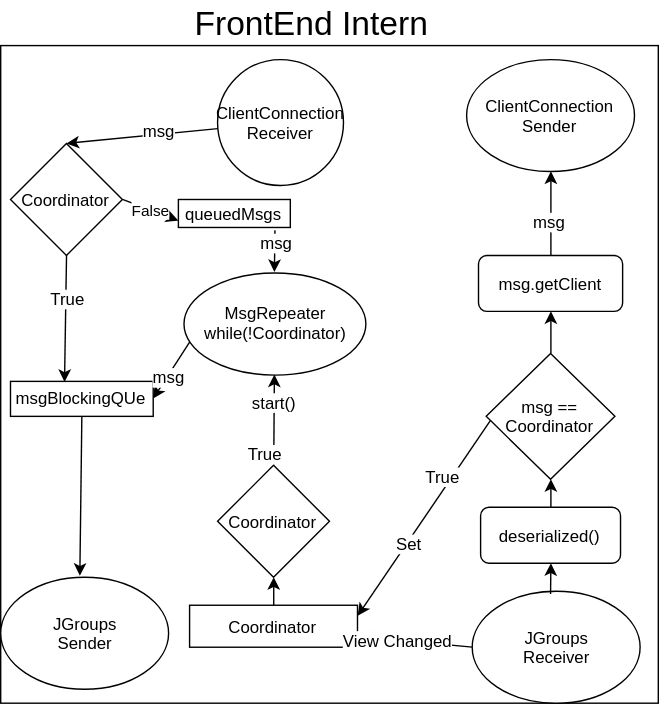
Before: Client-FrontEnd-ReplicaManager.svg, a diagram exported from draw.io (JohanHaggmark/DistributedMessaging). Source tidied: cells renumbered, new cells last; positions are measured from the earlier drawing's top-left corner, leaving out a move shared by most shapes.
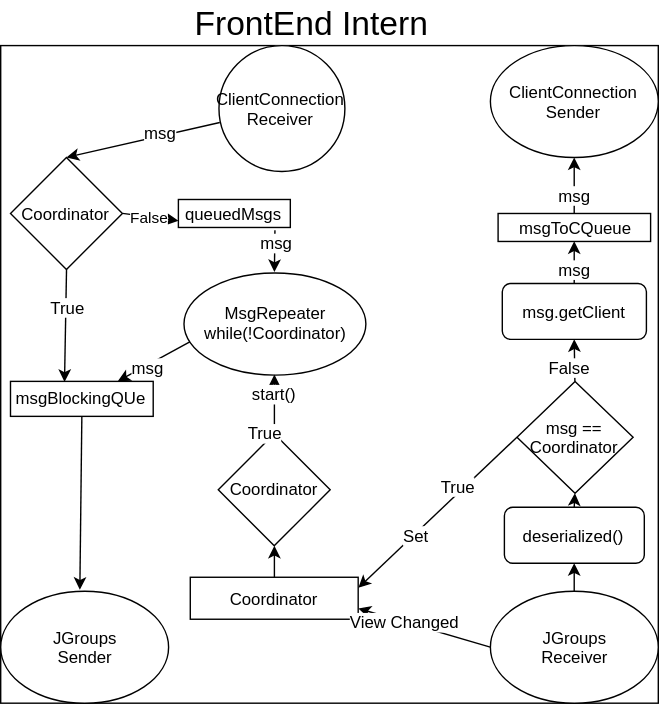
The same file after the commit.

What changed in the source:
```diff
@@ -6,13 +6,13 @@
       <mxGeometry y="32" width="470" height="470" as="geometry" />
     </mxCell>
     <mxCell id="3" value="ClientConnection&lt;br&gt;Receiver&lt;br&gt;" style="ellipse;whiteSpace=wrap;html=1;" parent="1" vertex="1">
-      <mxGeometry x="155" y="42" width="90" height="90" as="geometry" />
+      <mxGeometry x="155.5" y="32" width="90" height="90" as="geometry" />
     </mxCell>
     <mxCell id="4" value="JGroups&lt;br&gt;Sender&lt;br&gt;" style="ellipse;whiteSpace=wrap;html=1;" parent="1" vertex="1">
-      <mxGeometry y="412" width="120" height="80" as="geometry" />
+      <mxGeometry y="422" width="120" height="80" as="geometry" />
     </mxCell>
     <mxCell id="5" value="Coordinator" style="rhombus;whiteSpace=wrap;html=1;" parent="1" vertex="1">
-      <mxGeometry x="7" y="102" width="80" height="80" as="geometry" />
+      <mxGeometry x="7" y="112" width="80" height="80" as="geometry" />
     </mxCell>
     <mxCell id="6" style="endArrow=classic;html=1;entryX=0.5;entryY=0;entryDx=0;entryDy=0;" parent="1" edge="1" source="3" target="5">
       <mxGeometry relative="1" as="geometry" />
@@ -38,10 +38,10 @@
       </mxGeometry>
     </mxCell>
     <mxCell id="13" value="JGroups&lt;br&gt;Receiver&lt;br&gt;" style="ellipse;whiteSpace=wrap;html=1;" parent="1" vertex="1">
-      <mxGeometry x="337" y="422" width="120" height="80" as="geometry" />
+      <mxGeometry x="350" y="422" width="120" height="80" as="geometry" />
     </mxCell>
     <mxCell id="14" value="Coordinator&lt;br&gt;" style="rounded=0;whiteSpace=wrap;html=1;" parent="1" vertex="1">
-      <mxGeometry x="135" y="432" width="120" height="30" as="geometry" />
+      <mxGeometry x="135.5" y="412" width="120" height="30" as="geometry" />
     </mxCell>
     <mxCell id="15" style="endArrow=classic;html=1;entryX=1;entryY=0.75;entryDx=0;entryDy=0;exitX=0;exitY=0.5;exitDx=0;exitDy=0;" parent="1" edge="1" source="13" target="14">
       <mxGeometry relative="1" as="geometry" />
@@ -49,7 +49,7 @@
     <mxCell id="16" value="View Changed&lt;br&gt;" style="text;html=1;align=center;verticalAlign=middle;labelBackgroundColor=#ffffff;" parent="15" vertex="1">
       <mxGeometry x="0.3" relative="1" as="geometry" />
     </mxCell>
-    <mxCell id="17" style="endArrow=classic;html=1;entryX=1;entryY=0.25;entryDx=0;entryDy=0;exitX=0.076;exitY=0.467;exitDx=0;exitDy=0;exitPerimeter=0;" parent="1" edge="1" source="25" target="14">
+    <mxCell id="17" style="endArrow=classic;html=1;entryX=1;entryY=0.25;entryDx=0;entryDy=0;exitX=0;exitY=0.5;exitDx=0;exitDy=0;" parent="1" edge="1" source="25" target="14">
       <mxGeometry relative="1" as="geometry" />
     </mxCell>
     <mxCell id="18" value="True" style="text;html=1;align=center;verticalAlign=middle;labelBackgroundColor=#ffffff;" parent="17" vertex="1">
@@ -61,7 +61,7 @@
       <mxGeometry x="0.28" y="1" relative="1" as="geometry" />
     </mxCell>
     <mxCell id="20" value="ClientConnection Sender" style="ellipse;whiteSpace=wrap;html=1;" parent="1" vertex="1">
-      <mxGeometry x="333" y="42" width="120" height="80" as="geometry" />
+      <mxGeometry x="350" y="32" width="120" height="80" as="geometry" />
     </mxCell>
     <mxCell id="21" style="endArrow=classic;html=1;exitX=0.5;exitY=1;exitDx=0;exitDy=0;entryX=0.47;entryY=-0.011;entryDx=0;entryDy=0;entryPerimeter=0;" parent="1" edge="1" source="8" target="4">
       <mxGeometry relative="1" as="geometry" />
@@ -78,42 +78,39 @@
       <mxGeometry x="-0.4" y="1" relative="1" as="geometry" />
     </mxCell>
     <mxCell id="25" value="msg == Coordinator" style="rhombus;whiteSpace=wrap;html=1;" parent="1" vertex="1">
-      <mxGeometry x="347" y="252" width="92" height="90" as="geometry" />
+      <mxGeometry x="369" y="272" width="83" height="80" as="geometry" />
     </mxCell>
-    <mxCell id="26" style="endArrow=classic;html=1;exitX=0.035;exitY=0.684;exitDx=0;exitDy=0;exitPerimeter=0;entryX=1;entryY=0.5;entryDx=0;entryDy=0;" parent="1" edge="1" source="22" target="8">
+    <mxCell id="26" style="endArrow=classic;html=1;exitX=0.035;exitY=0.684;exitDx=0;exitDy=0;exitPerimeter=0;entryX=0.75;entryY=0;entryDx=0;entryDy=0;" parent="1" edge="1" source="22" target="8">
       <mxGeometry relative="1" as="geometry" />
     </mxCell>
     <mxCell id="27" value="msg" style="text;html=1;align=center;verticalAlign=middle;labelBackgroundColor=#ffffff;" parent="26" vertex="1">
       <mxGeometry x="0.18" y="1" relative="1" as="geometry" />
     </mxCell>
     <mxCell id="28" value="deserialized()" style="rounded=1;whiteSpace=wrap;html=1;" parent="1" vertex="1">
-      <mxGeometry x="343" y="362" width="100" height="40" as="geometry" />
+      <mxGeometry x="360" y="362" width="100" height="40" as="geometry" />
     </mxCell>
-    <mxCell id="29" style="endArrow=classic;html=1;entryX=0.5;entryY=1;entryDx=0;entryDy=0;" parent="1" edge="1" target="28">
-      <mxGeometry relative="1" as="geometry">
-        <mxPoint x="393" y="424" as="sourcePoint" />
-      </mxGeometry>
+    <mxCell id="29" style="endArrow=classic;html=1;entryX=0.5;entryY=1;entryDx=0;entryDy=0;exitX=0.5;exitY=0;exitDx=0;exitDy=0;" parent="1" edge="1" source="13" target="28">
+      <mxGeometry relative="1" as="geometry" />
     </mxCell>
     <mxCell id="30" style="endArrow=classic;html=1;entryX=0.5;entryY=1;entryDx=0;entryDy=0;exitX=0.5;exitY=0;exitDx=0;exitDy=0;" parent="1" edge="1" source="28" target="25">
       <mxGeometry relative="1" as="geometry" />
     </mxCell>
     <mxCell id="31" value="msg.getClient" style="rounded=1;whiteSpace=wrap;html=1;" parent="1" vertex="1">
-      <mxGeometry x="341.5" y="182" width="103" height="40" as="geometry" />
+      <mxGeometry x="358.5" y="202" width="103" height="40" as="geometry" />
     </mxCell>
     <mxCell id="32" style="endArrow=classic;html=1;entryX=0.5;entryY=1;entryDx=0;entryDy=0;exitX=0.5;exitY=0;exitDx=0;exitDy=0;" parent="1" edge="1" source="25" target="31">
       <mxGeometry relative="1" as="geometry" />
     </mxCell>
-    <mxCell id="33" style="endArrow=classic;html=1;entryX=0.5;entryY=1;entryDx=0;entryDy=0;exitX=0.5;exitY=0;exitDx=0;exitDy=0;" parent="1" edge="1" source="31" target="20">
-      <mxGeometry relative="1" as="geometry" />
-    </mxCell>
-    <mxCell id="34" value="msg" style="text;html=1;align=center;verticalAlign=middle;labelBackgroundColor=#ffffff;" parent="33" vertex="1">
-      <mxGeometry x="-0.2" y="1" relative="1" as="geometry" />
-    </mxCell>
+    <mxCell id="41" value="False" style="text;html=1;align=center;verticalAlign=middle;labelBackgroundColor=#ffffff;" parent="32" vertex="1">
+      <mxGeometry x="-0.45" y="2" relative="1" as="geometry">
+        <mxPoint x="-1.5" y="-2" as="offset" />
+      </mxGeometry>
+    </mxCell>
     <mxCell id="35" value="&lt;font style=&quot;font-size: 24px&quot;&gt;FrontEnd Intern&lt;/font&gt;" style="text;html=1;align=left;verticalAlign=top;spacingTop=-4;" parent="1" vertex="1">
       <mxGeometry x="137" width="180" height="20" as="geometry" />
     </mxCell>
     <mxCell id="36" value="Coordinator" style="rhombus;whiteSpace=wrap;html=1;" parent="1" vertex="1">
-      <mxGeometry x="155" y="332" width="80" height="80" as="geometry" />
+      <mxGeometry x="155.5" y="309.5" width="80" height="80" as="geometry" />
     </mxCell>
     <mxCell id="37" style="endArrow=classic;html=1;entryX=0.5;entryY=1;entryDx=0;entryDy=0;exitX=0.5;exitY=0;exitDx=0;exitDy=0;" parent="1" edge="1" source="14" target="36">
       <mxGeometry relative="1" as="geometry" />
@@ -129,5 +126,24 @@
     <mxCell id="40" value="start()" style="text;html=1;align=center;verticalAlign=middle;labelBackgroundColor=#ffffff;" parent="38" vertex="1">
       <mxGeometry x="0.38" relative="1" as="geometry" />
     </mxCell>
+    <mxCell id="42" value="msgToCQueue" style="rounded=0;whiteSpace=wrap;html=1;" parent="1" vertex="1">
+      <mxGeometry x="355.5" y="152" width="109" height="20" as="geometry" />
+    </mxCell>
+    <mxCell id="43" style="endArrow=classic;html=1;entryX=0.5;entryY=1;entryDx=0;entryDy=0;exitX=0.5;exitY=0;exitDx=0;exitDy=0;" parent="1" edge="1" source="31" target="42">
+      <mxGeometry relative="1" as="geometry" />
+    </mxCell>
+    <mxCell id="44" value="msg" style="text;html=1;align=center;verticalAlign=middle;labelBackgroundColor=#ffffff;" parent="43" vertex="1">
+      <mxGeometry x="-0.44" y="-2" relative="1" as="geometry">
+        <mxPoint x="-2" y="-1.5" as="offset" />
+      </mxGeometry>
+    </mxCell>
+    <mxCell id="45" style="endArrow=classic;html=1;entryX=0.5;entryY=1;entryDx=0;entryDy=0;exitX=0.5;exitY=0;exitDx=0;exitDy=0;" parent="1" edge="1" source="42" target="20">
+      <mxGeometry relative="1" as="geometry" />
+    </mxCell>
+    <mxCell id="46" value="msg" style="text;html=1;align=center;verticalAlign=middle;labelBackgroundColor=#ffffff;" parent="45" vertex="1">
+      <mxGeometry x="-0.51" y="-1" relative="1" as="geometry">
+        <mxPoint x="-1" y="-3" as="offset" />
+      </mxGeometry>
+    </mxCell>
   </root>
 </mxGraphModel>
```
